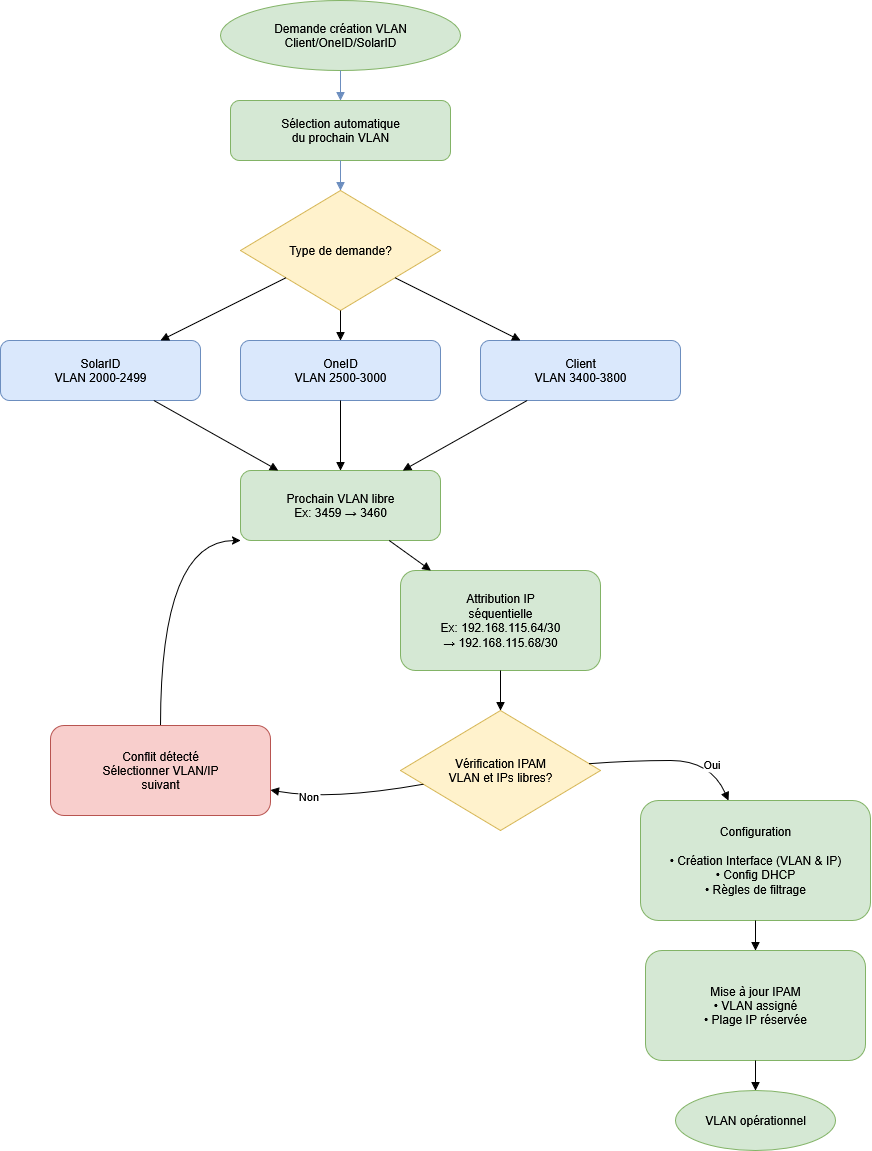
titiuv24/diagrammes keeps this draw.io diagram as Diagrammes_création_vlan.drawio.png. Above is the earlier version. Source tidied: cells renumbered, new cells last; positions are measured from the earlier drawing's top-left corner, leaving out a move shared by most shapes. Its diagram source:
```xml
<mxGraphModel>
  <root>
    <mxCell id="0" />
    <mxCell id="1" parent="0" />
    <mxCell id="2" value="Demande création VLAN&#10;Client/OneID/SolarID" style="ellipse;whiteSpace=wrap;html=1;fillColor=#d5e8d4;strokeColor=#82b366;" parent="1" vertex="1">
      <mxGeometry x="220" width="240" height="70" as="geometry" />
    </mxCell>
    <mxCell id="3" value="Sélection automatique&#10;du prochain VLAN" style="rounded=1;whiteSpace=wrap;html=1;fillColor=#d5e8d4;strokeColor=#82b366;" parent="1" vertex="1">
      <mxGeometry x="230" y="100" width="220" height="60" as="geometry" />
    </mxCell>
    <mxCell id="4" style="endArrow=block;html=1;rounded=0;strokeColor=#6c8ebf;" parent="1" edge="1" source="2" target="3">
      <mxGeometry relative="1" as="geometry" />
    </mxCell>
    <mxCell id="5" value="Type de demande?" style="rhombus;whiteSpace=wrap;html=1;fillColor=#fff2cc;strokeColor=#d6b656;" parent="1" vertex="1">
      <mxGeometry x="240" y="190" width="200" height="120" as="geometry" />
    </mxCell>
    <mxCell id="6" style="endArrow=block;html=1;rounded=0;strokeColor=#6c8ebf;" parent="1" edge="1" source="3" target="5">
      <mxGeometry relative="1" as="geometry" />
    </mxCell>
    <mxCell id="7" value="SolarID&#10;VLAN 2000-2499" style="rounded=1;whiteSpace=wrap;html=1;fillColor=#dae8fc;strokeColor=#6c8ebf;" parent="1" vertex="1">
      <mxGeometry y="340" width="200" height="60" as="geometry" />
    </mxCell>
    <mxCell id="8" value="OneID&#10;VLAN 2500-3000" style="rounded=1;whiteSpace=wrap;html=1;fillColor=#dae8fc;strokeColor=#6c8ebf;" parent="1" vertex="1">
      <mxGeometry x="240" y="340" width="200" height="60" as="geometry" />
    </mxCell>
    <mxCell id="9" value="Client&#10;VLAN 3400-3800" style="rounded=1;whiteSpace=wrap;html=1;fillColor=#dae8fc;strokeColor=#6c8ebf;" parent="1" vertex="1">
      <mxGeometry x="480" y="340" width="200" height="60" as="geometry" />
    </mxCell>
    <mxCell id="10" style="endArrow=block;html=1;rounded=0;" parent="1" edge="1" source="5" target="7">
      <mxGeometry relative="1" as="geometry" />
    </mxCell>
    <mxCell id="11" style="endArrow=block;html=1;rounded=0;" parent="1" edge="1" source="5" target="8">
      <mxGeometry relative="1" as="geometry" />
    </mxCell>
    <mxCell id="12" style="endArrow=block;html=1;rounded=0;" parent="1" edge="1" source="5" target="9">
      <mxGeometry relative="1" as="geometry" />
    </mxCell>
    <mxCell id="13" value="Prochain VLAN libre&#10;Ex: 3459 → 3460" style="rounded=1;whiteSpace=wrap;html=1;fillColor=#d5e8d4;strokeColor=#82b366;" parent="1" vertex="1">
      <mxGeometry x="240" y="470" width="200" height="70" as="geometry" />
    </mxCell>
    <mxCell id="14" style="endArrow=block;html=1;rounded=0;" parent="1" edge="1" source="7" target="13">
      <mxGeometry relative="1" as="geometry" />
    </mxCell>
    <mxCell id="15" style="endArrow=block;html=1;rounded=0;" parent="1" edge="1" source="8" target="13">
      <mxGeometry relative="1" as="geometry" />
    </mxCell>
    <mxCell id="16" style="endArrow=block;html=1;rounded=0;" parent="1" edge="1" source="9" target="13">
      <mxGeometry relative="1" as="geometry" />
    </mxCell>
    <mxCell id="17" value="Attribution IP&#10;séquentielle&#10;Ex: 192.168.115.64/30&#10;→ 192.168.115.68/30" style="rounded=1;whiteSpace=wrap;html=1;fillColor=#d5e8d4;strokeColor=#82b366;" parent="1" vertex="1">
      <mxGeometry x="400" y="570" width="200" height="100" as="geometry" />
    </mxCell>
    <mxCell id="18" style="endArrow=block;html=1;rounded=0;" parent="1" edge="1" source="13" target="17">
      <mxGeometry relative="1" as="geometry" />
    </mxCell>
    <mxCell id="19" value="Vérification IPAM&#10;VLAN et IPs libres?" style="rhombus;whiteSpace=wrap;html=1;fillColor=#fff2cc;strokeColor=#d6b656;" parent="1" vertex="1">
      <mxGeometry x="400" y="710" width="200" height="120" as="geometry" />
    </mxCell>
    <mxCell id="20" style="endArrow=block;html=1;rounded=0;" parent="1" edge="1" source="17" target="19">
      <mxGeometry relative="1" as="geometry" />
    </mxCell>
    <mxCell id="21" style="edgeStyle=orthogonalEdgeStyle;rounded=0;jettySize=auto;html=1;exitX=0.5;exitY=0;exitDx=0;exitDy=0;curved=1;" parent="1" edge="1" source="22" target="13">
      <mxGeometry relative="1" as="geometry">
        <Array as="points">
          <mxPoint x="160" y="540" />
        </Array>
      </mxGeometry>
    </mxCell>
    <mxCell id="22" value="Conflit détecté&#10;Sélectionner VLAN/IP&#10;suivant" style="rounded=1;whiteSpace=wrap;html=1;fillColor=#f8cecc;strokeColor=#b85450;" parent="1" vertex="1">
      <mxGeometry x="50" y="725" width="220" height="90" as="geometry" />
    </mxCell>
    <mxCell id="23" style="endArrow=block;html=1;rounded=0;curved=1;" parent="1" edge="1" source="19" target="22">
      <mxGeometry relative="1" as="geometry">
        <Array as="points">
          <mxPoint x="330" y="800" />
        </Array>
      </mxGeometry>
    </mxCell>
    <mxCell id="24" value="Non" style="edgeLabel;align=center;verticalAlign=middle;labelBackgroundColor=#ffffff;" parent="23" vertex="1">
      <mxGeometry x="0.5" y="-0.6" relative="1" as="geometry" />
    </mxCell>
    <mxCell id="25" value="Configuration&lt;br&gt;&lt;br&gt;• Création Interface (VLAN &amp;amp; IP)&lt;br&gt;• Config DHCP&lt;br&gt;• Règles de filtrage" style="rounded=1;whiteSpace=wrap;html=1;fillColor=#d5e8d4;strokeColor=#82b366;" parent="1" vertex="1">
      <mxGeometry x="640" y="800" width="230" height="120" as="geometry" />
    </mxCell>
    <mxCell id="26" style="endArrow=block;html=1;rounded=0;curved=1;" parent="1" edge="1" source="19" target="25">
      <mxGeometry relative="1" as="geometry">
        <Array as="points">
          <mxPoint x="630" y="760" />
          <mxPoint x="710" y="760" />
        </Array>
      </mxGeometry>
    </mxCell>
    <mxCell id="27" value="Oui" style="edgeLabel;align=center;verticalAlign=middle;labelBackgroundColor=#ffffff;" parent="26" vertex="1">
      <mxGeometry x="0.5" y="-0.6" relative="1" as="geometry" />
    </mxCell>
    <mxCell id="28" value="Mise à jour IPAM&lt;br&gt;• VLAN assigné&lt;br&gt;• Plage IP réservée" style="rounded=1;whiteSpace=wrap;html=1;fillColor=#d5e8d4;strokeColor=#82b366;" parent="1" vertex="1">
      <mxGeometry x="645" y="950" width="220" height="110" as="geometry" />
    </mxCell>
    <mxCell id="29" style="endArrow=block;html=1;rounded=0;" parent="1" edge="1" source="25" target="28">
      <mxGeometry relative="1" as="geometry" />
    </mxCell>
    <mxCell id="30" value="VLAN opérationnel" style="ellipse;whiteSpace=wrap;html=1;fillColor=#d5e8d4;strokeColor=#82b366;" parent="1" vertex="1">
      <mxGeometry x="675" y="1090" width="160" height="60" as="geometry" />
    </mxCell>
    <mxCell id="31" style="endArrow=block;html=1;rounded=0;" parent="1" edge="1" source="28" target="30">
      <mxGeometry relative="1" as="geometry" />
    </mxCell>
  </root>
</mxGraphModel>
```
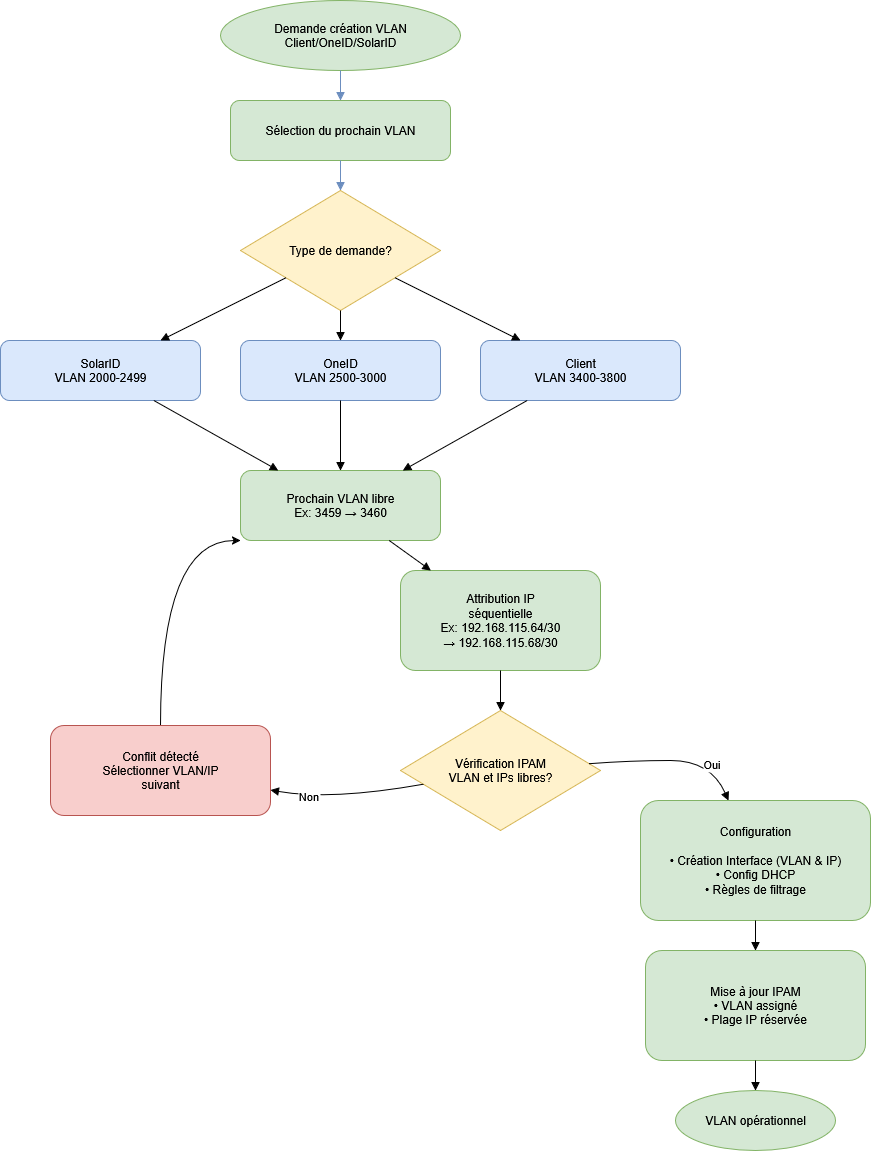
The same file after the commit.

The edit, as a diff of the source:
```diff
@@ -5,7 +5,7 @@
     <mxCell id="2" value="Demande création VLAN&#10;Client/OneID/SolarID" style="ellipse;whiteSpace=wrap;html=1;fillColor=#d5e8d4;strokeColor=#82b366;" parent="1" vertex="1">
       <mxGeometry x="220" width="240" height="70" as="geometry" />
     </mxCell>
-    <mxCell id="3" value="Sélection automatique&#10;du prochain VLAN" style="rounded=1;whiteSpace=wrap;html=1;fillColor=#d5e8d4;strokeColor=#82b366;" parent="1" vertex="1">
+    <mxCell id="3" value="Sélection du prochain VLAN" style="rounded=1;whiteSpace=wrap;html=1;fillColor=#d5e8d4;strokeColor=#82b366;" parent="1" vertex="1">
       <mxGeometry x="230" y="100" width="220" height="60" as="geometry" />
     </mxCell>
     <mxCell id="4" style="endArrow=block;html=1;rounded=0;strokeColor=#6c8ebf;" parent="1" edge="1" source="2" target="3">
```
